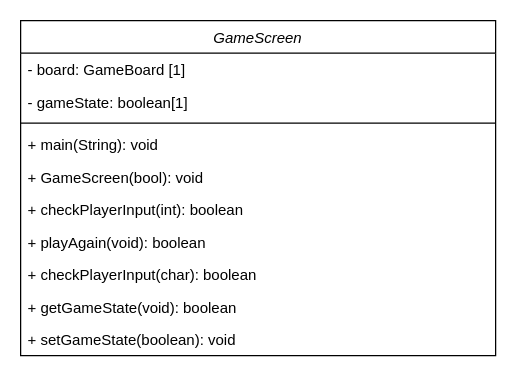
Before: DRAW_IO/GameScreen.drawio in c-tollison/extendedConnectX, a draw.io diagram. Source tidied: cells renumbered, new cells numbered last; positions are measured from the earlier drawing's top-left corner, leaving out a move shared by most shapes. Both pictures are drawn from the tidied source at 125%, with x=0, y=0 at pixel (20, 20).
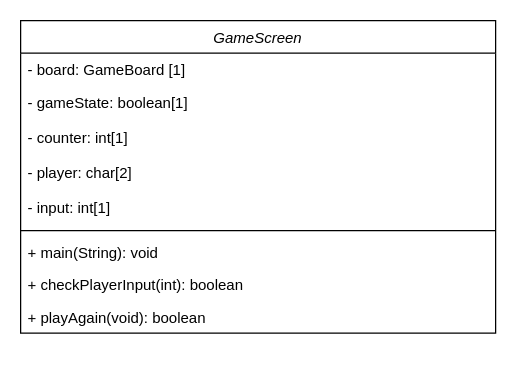
The same page after the edit.

Change to the diagram source:
```diff
@@
 <mxGraphModel>
   <root>
     <mxCell id="0" />
     <mxCell id="1" parent="0" />
     <mxCell id="2" value="GameScreen" style="swimlane;fontStyle=2;align=center;verticalAlign=top;horizontal=1;startSize=26;rounded=0;shadow=0;strokeWidth=1;" parent="1" vertex="1">
-      <mxGeometry width="380" height="268" as="geometry" />
+      <mxGeometry width="380" height="250" as="geometry" />
     </mxCell>
     <mxCell id="3" value="- board: GameBoard [1]" style="text;align=left;verticalAlign=top;spacingLeft=4;spacingRight=4;overflow=hidden;" parent="2" vertex="1">
       <mxGeometry y="26" width="380" height="26" as="geometry" />
     </mxCell>
     <mxCell id="4" value="- gameState: boolean[1]" style="text;align=left;verticalAlign=top;spacingLeft=4;spacingRight=4;overflow=hidden;" parent="2" vertex="1">
-      <mxGeometry y="52" width="380" height="26" as="geometry" />
+      <mxGeometry y="52" width="380" height="28" as="geometry" />
     </mxCell>
+    <mxCell id="13" value="- counter: int[1]&#10;" style="text;align=left;verticalAlign=top;spacingLeft=4;spacingRight=4;overflow=hidden;" parent="2" vertex="1">
+      <mxGeometry y="80" width="380" height="28" as="geometry" />
+    </mxCell>
+    <mxCell id="14" value="- player: char[2]" style="text;align=left;verticalAlign=top;spacingLeft=4;spacingRight=4;overflow=hidden;" parent="2" vertex="1">
+      <mxGeometry y="108" width="380" height="28" as="geometry" />
+    </mxCell>
+    <mxCell id="15" value="- input: int[1]" style="text;align=left;verticalAlign=top;spacingLeft=4;spacingRight=4;overflow=hidden;" parent="2" vertex="1">
+      <mxGeometry y="136" width="380" height="28" as="geometry" />
+    </mxCell>
     <mxCell id="5" style="line;html=1;strokeWidth=1;align=left;verticalAlign=middle;spacingTop=-1;spacingLeft=3;spacingRight=3;labelPosition=right;" parent="2" vertex="1">
-      <mxGeometry y="78" width="380" height="8" as="geometry" />
+      <mxGeometry y="164" width="380" height="8" as="geometry" />
     </mxCell>
     <mxCell id="6" value="+ main(String): void" style="text;align=left;verticalAlign=top;spacingLeft=4;spacingRight=4;overflow=hidden;" parent="2" vertex="1">
-      <mxGeometry y="86" width="380" height="26" as="geometry" />
+      <mxGeometry y="172" width="380" height="26" as="geometry" />
     </mxCell>
-    <mxCell id="7" value="+ GameScreen(bool): void" style="text;align=left;verticalAlign=top;spacingLeft=4;spacingRight=4;overflow=hidden;" parent="2" vertex="1">
-      <mxGeometry y="112" width="380" height="26" as="geometry" />
-    </mxCell>
     <mxCell id="8" value="+ checkPlayerInput(int): boolean" style="text;align=left;verticalAlign=top;spacingLeft=4;spacingRight=4;overflow=hidden;" parent="2" vertex="1">
-      <mxGeometry y="138" width="380" height="26" as="geometry" />
+      <mxGeometry y="198" width="380" height="26" as="geometry" />
     </mxCell>
     <mxCell id="9" value="+ playAgain(void): boolean" style="text;align=left;verticalAlign=top;spacingLeft=4;spacingRight=4;overflow=hidden;" parent="2" vertex="1">
-      <mxGeometry y="164" width="380" height="26" as="geometry" />
+      <mxGeometry y="224" width="380" height="26" as="geometry" />
     </mxCell>
-    <mxCell id="10" value="+ checkPlayerInput(char): boolean" style="text;align=left;verticalAlign=top;spacingLeft=4;spacingRight=4;overflow=hidden;" parent="2" vertex="1">
-      <mxGeometry y="190" width="380" height="26" as="geometry" />
-    </mxCell>
-    <mxCell id="11" value="+ getGameState(void): boolean" style="text;align=left;verticalAlign=top;spacingLeft=4;spacingRight=4;overflow=hidden;" parent="2" vertex="1">
-      <mxGeometry y="216" width="380" height="26" as="geometry" />
-    </mxCell>
-    <mxCell id="12" value="+ setGameState(boolean): void" style="text;align=left;verticalAlign=top;spacingLeft=4;spacingRight=4;overflow=hidden;" parent="2" vertex="1">
-      <mxGeometry y="242" width="380" height="26" as="geometry" />
-    </mxCell>
   </root>
 </mxGraphModel>
```
